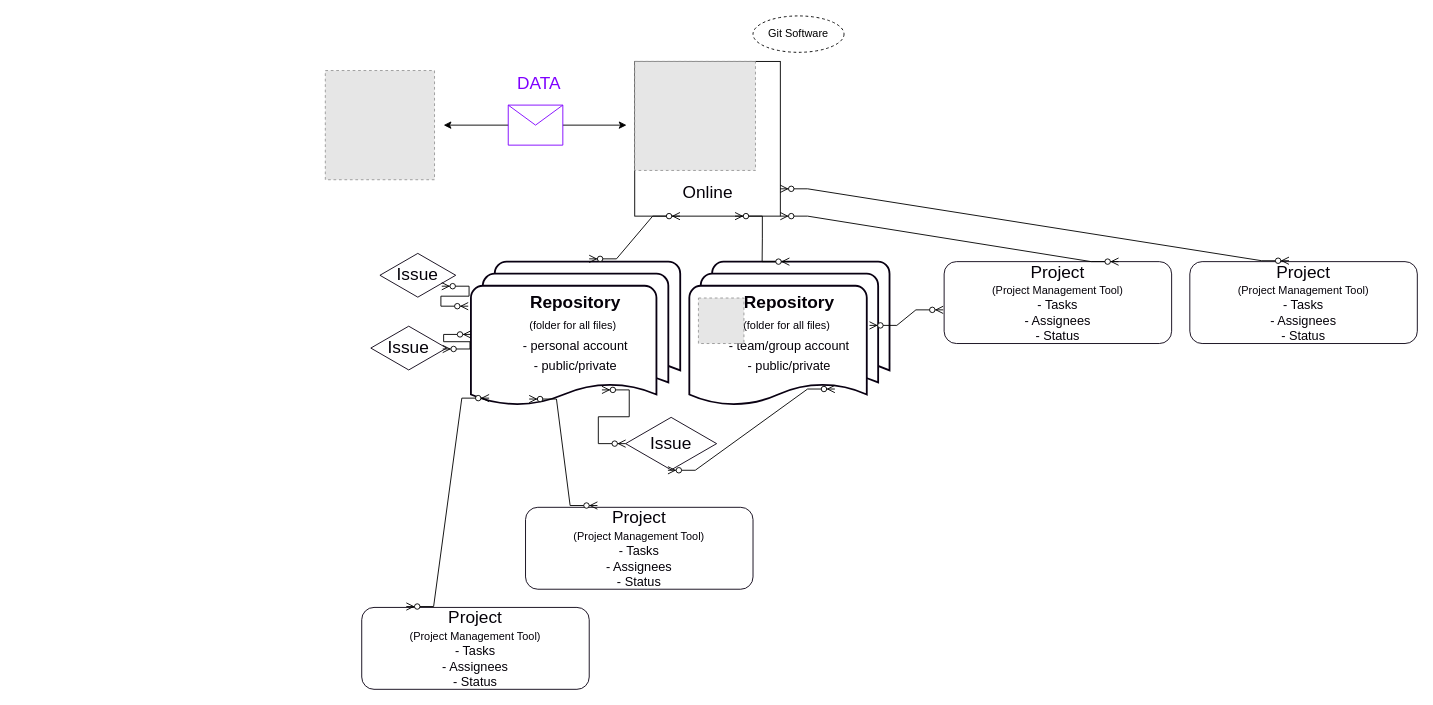
camrynallen/CamrynDAllen keeps this draw.io diagram as Untitled Diagram.drawio. Above is the earlier version. Source tidied: cells renumbered, new cells numbered last; positions are measured from the earlier drawing's top-left corner, leaving out a move shared by most shapes. Both pictures are drawn from the tidied source at 91%, with x=0, y=0 at pixel (325, 15). Pictures stored in the file or linked from it are replaced by grey dashed boxes.
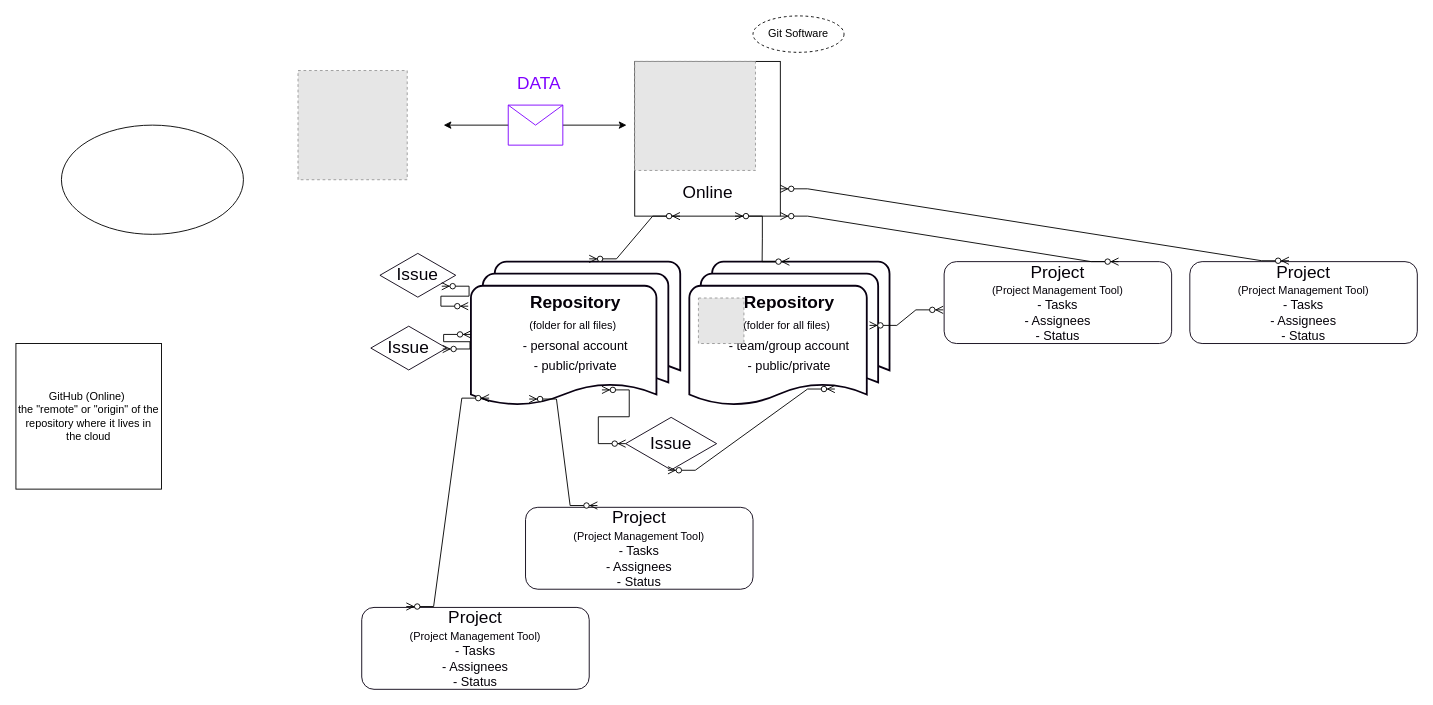
The same diagram, later.

What changed in the source:
```diff
@@
     <mxCell id="3" style="fillColor=#E6E6E6;strokeColor=#999999;dashed=1;verticalLabelPosition=bottom;labelBackgroundColor=default;verticalAlign=top;" parent="1" vertex="1">
-      <mxGeometry y="60" width="120" height="120" as="geometry" />
+      <mxGeometry x="-30" y="60" width="120" height="120" as="geometry" />
     </mxCell>
@@
+    <mxCell id="31" value="GitHub (Online)&amp;nbsp;&lt;br&gt;the &quot;remote&quot; or &quot;origin&quot; of the repository where it lives in the cloud" style="whiteSpace=wrap;html=1;" parent="1" vertex="1">
+      <mxGeometry x="-340" y="360" width="160" height="160" as="geometry" />
+    </mxCell>
@@
+    <mxCell id="32" style="ellipse;whiteSpace=wrap;html=1;" parent="1" vertex="1">
+      <mxGeometry x="-290" y="120" width="200" height="120" as="geometry" />
+    </mxCell>
```
